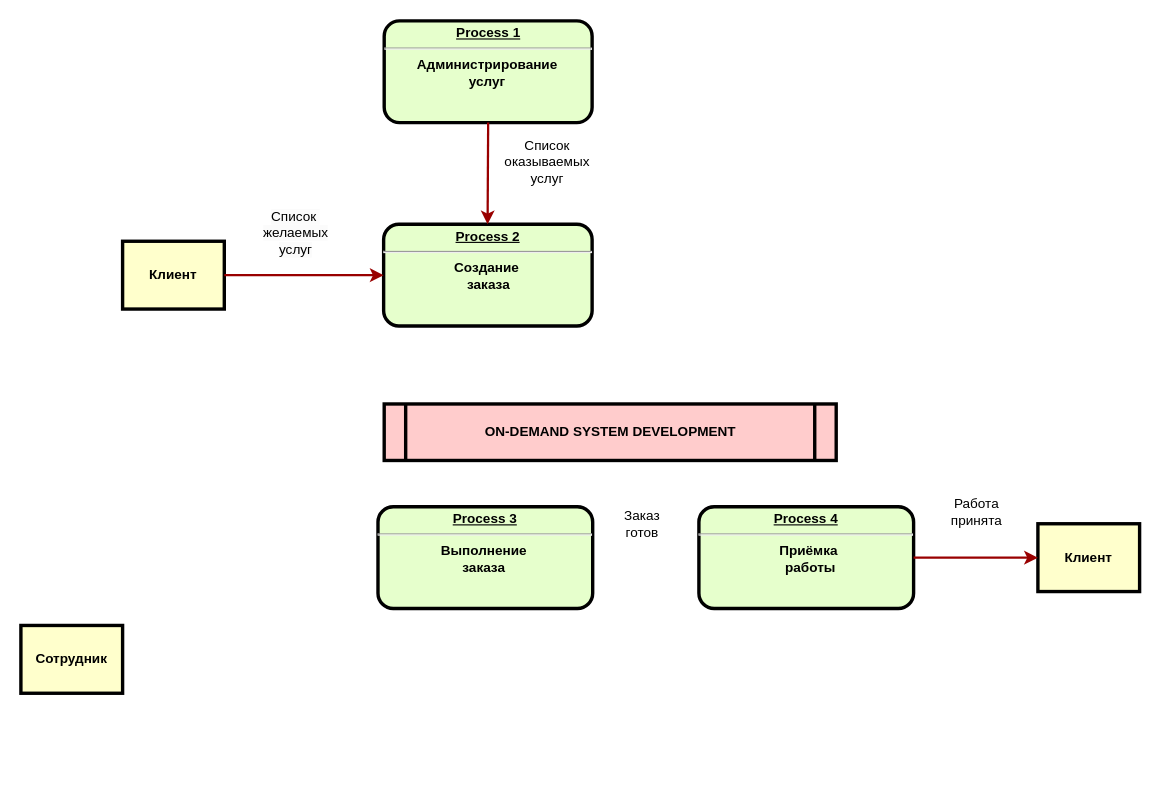
Mejioy/PPO keeps this draw.io diagram as DFD.drawio. Above is the earlier version. Source tidied: cells renumbered, new cells numbered last; positions are measured from the earlier drawing's top-left corner, leaving out a move shared by most shapes. Both pictures are drawn from the tidied source at 113%, with x=0, y=0 at pixel (20, 20).
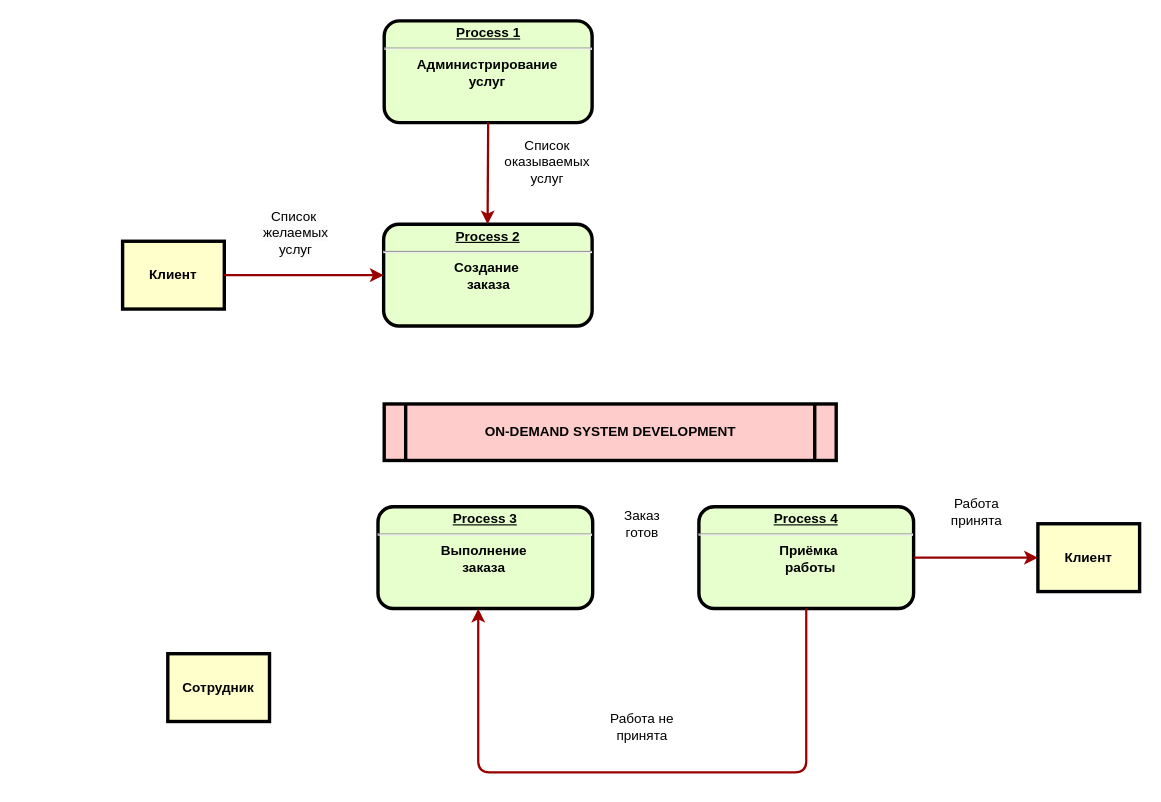
The same diagram, later.

Unchanged cells that the change refers to:
```xml
<mxCell id="4" value="&lt;p style=&quot;margin: 0px; margin-top: 4px; text-align: center; text-decoration: underline;&quot;&gt;&lt;strong&gt;Process 4&lt;br&gt;&lt;/strong&gt;&lt;/p&gt;&lt;hr&gt;&lt;p style=&quot;margin: 0px; margin-left: 8px;&quot;&gt;Приёмка&amp;nbsp;&lt;/p&gt;&lt;p style=&quot;margin: 0px; margin-left: 8px;&quot;&gt;работы&lt;/p&gt;" style="verticalAlign=middle;align=center;overflow=fill;fontSize=12;fontFamily=Helvetica;html=1;rounded=1;fontStyle=1;strokeWidth=3;fillColor=#E6FFCC;" parent="1" vertex="1">
  <mxGeometry x="600" y="430" width="190" height="90" as="geometry" />
</mxCell>
<mxCell id="6" value="&lt;p style=&quot;margin: 0px; margin-top: 4px; text-align: center; text-decoration: underline;&quot;&gt;&lt;strong&gt;Process 3&lt;br&gt;&lt;/strong&gt;&lt;/p&gt;&lt;hr&gt;&lt;p style=&quot;margin: 0px; margin-left: 8px;&quot;&gt;Выполнение&amp;nbsp; &amp;nbsp;&lt;/p&gt;&lt;p style=&quot;margin: 0px; margin-left: 8px;&quot;&gt;&lt;span style=&quot;background-color: initial;&quot;&gt;заказа&amp;nbsp; &amp;nbsp;&lt;/span&gt;&lt;/p&gt;" style="verticalAlign=middle;align=center;overflow=fill;fontSize=12;fontFamily=Helvetica;html=1;rounded=1;fontStyle=1;strokeWidth=3;fillColor=#E6FFCC;" parent="1" vertex="1">
  <mxGeometry x="316" y="430" width="190" height="90" as="geometry" />
</mxCell>
```

What changed in the source:
```diff
@@
     <mxCell id="7" value="Сотрудник" style="whiteSpace=wrap;align=center;verticalAlign=middle;fontStyle=1;strokeWidth=3;fillColor=#FFFFCC;" parent="1" vertex="1">
-      <mxGeometry y="535" width="90" height="60" as="geometry" />
+      <mxGeometry x="130" y="560" width="90" height="60" as="geometry" />
     </mxCell>
@@
+    <mxCell id="17" style="edgeStyle=elbowEdgeStyle;elbow=horizontal;strokeColor=#990000;strokeWidth=2;exitX=0.5;exitY=1;exitDx=0;exitDy=0;entryX=0.467;entryY=1.002;entryDx=0;entryDy=0;entryPerimeter=0;" parent="1" edge="1" source="4" target="6">
+      <mxGeometry relative="1" as="geometry">
+        <Array as="points">
+          <mxPoint x="469" y="665" />
+        </Array>
+      </mxGeometry>
+    </mxCell>
+    <mxCell id="18" value="Работа не принята" style="text;html=1;strokeColor=none;fillColor=none;align=center;verticalAlign=middle;whiteSpace=wrap;rounded=0;" parent="1" vertex="1">
+      <mxGeometry x="520" y="600" width="60" height="50" as="geometry" />
+    </mxCell>
```
